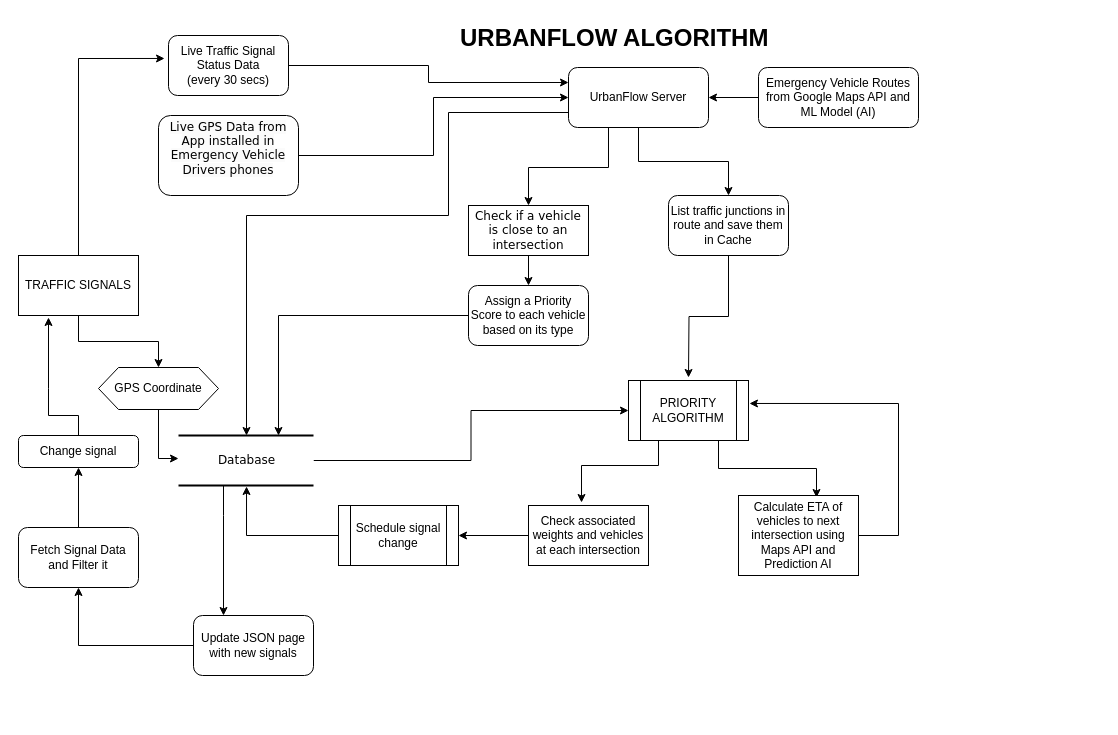
Earlier version of the draw.io diagram Flowchart.drawio (PaulStudios/UrbanFlow). Source tidied: cells renumbered, new cells numbered last; positions are measured from the earlier drawing's top-left corner, leaving out a move shared by most shapes. Both pictures are drawn from the tidied source at 100%, with x=0, y=0 at pixel (18, 17).
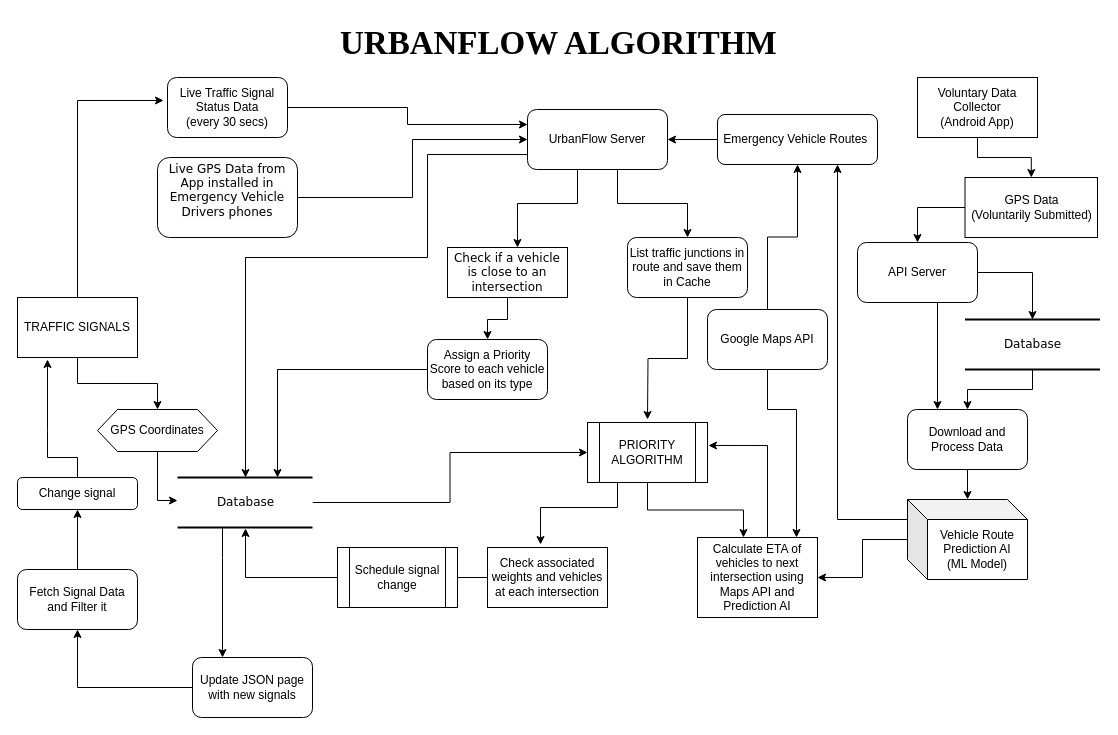
The same page after the edit.

Commit message:
Add Machine Learning Model and Google Maps API

The edit, as a diff of the source:
```diff
@@
     <mxCell id="2" style="edgeStyle=orthogonalEdgeStyle;rounded=0;jettySize=auto;html=1;" parent="1" edge="1" source="3" target="17">
-      <mxGeometry relative="1" as="geometry" />
+      <mxGeometry relative="1" as="geometry">
+        <Array as="points">
+          <mxPoint x="489" y="302" />
+          <mxPoint x="469" y="302" />
+        </Array>
+      </mxGeometry>
     </mxCell>
     <mxCell id="3" value="Check if a vehicle is close to an intersection" style="whiteSpace=wrap;html=1;rounded=0;shadow=0;comic=0;labelBackgroundColor=none;strokeWidth=1;fontFamily=Verdana;fontSize=12;align=center;" parent="1" vertex="1">
-      <mxGeometry x="450" y="188" width="120" height="50" as="geometry" />
+      <mxGeometry x="429" y="230" width="120" height="50" as="geometry" />
     </mxCell>
     <mxCell id="4" style="edgeStyle=orthogonalEdgeStyle;rounded=0;jettySize=auto;html=1;exitX=0;exitY=0.75;exitDx=0;exitDy=0;" parent="1" edge="1" source="7" target="20">
       <mxGeometry relative="1" as="geometry">
         <Array as="points">
-          <mxPoint x="430" y="95" />
-          <mxPoint x="430" y="198" />
-          <mxPoint x="228" y="198" />
+          <mxPoint x="409" y="137" />
+          <mxPoint x="409" y="240" />
+          <mxPoint x="227" y="240" />
         </Array>
       </mxGeometry>
     </mxCell>
+    <mxCell id="6" style="edgeStyle=orthogonalEdgeStyle;rounded=0;jettySize=auto;html=1;" parent="1" edge="1" source="7" target="13">
+      <mxGeometry relative="1" as="geometry">
+        <Array as="points">
+          <mxPoint x="599" y="186" />
+          <mxPoint x="669" y="186" />
+        </Array>
+      </mxGeometry>
+    </mxCell>
-    <mxCell id="5" style="edgeStyle=orthogonalEdgeStyle;rounded=0;jettySize=auto;html=1;entryX=0.5;entryY=0;entryDx=0;entryDy=0;" parent="1" edge="1" source="7" target="3">
+    <mxCell id="5" style="edgeStyle=orthogonalEdgeStyle;rounded=0;jettySize=auto;html=1;entryX=0.583;entryY=0;entryDx=0;entryDy=0;entryPerimeter=0;" parent="1" edge="1" source="7" target="3">
       <mxGeometry relative="1" as="geometry">
         <Array as="points">
-          <mxPoint x="590" y="150" />
-          <mxPoint x="510" y="150" />
+          <mxPoint x="559" y="186" />
+          <mxPoint x="499" y="186" />
         </Array>
       </mxGeometry>
     </mxCell>
-    <mxCell id="6" style="edgeStyle=orthogonalEdgeStyle;rounded=0;jettySize=auto;html=1;" parent="1" edge="1" source="7" target="13">
-      <mxGeometry relative="1" as="geometry" />
-    </mxCell>
     <mxCell id="7" value="UrbanFlow Server" style="rounded=1;whiteSpace=wrap;html=1;" parent="1" vertex="1">
-      <mxGeometry x="550" y="50" width="140" height="60" as="geometry" />
+      <mxGeometry x="509" y="92" width="140" height="60" as="geometry" />
     </mxCell>
@@
     <mxCell id="9" value="Live Traffic Signal Status Data&lt;br&gt;(every 30 secs)" style="rounded=1;whiteSpace=wrap;html=1;" parent="1" vertex="1">
-      <mxGeometry x="150" y="18" width="120" height="60" as="geometry" />
+      <mxGeometry x="149" y="60" width="120" height="60" as="geometry" />
     </mxCell>
@@
-    <mxCell id="11" value="Emergency Vehicle Routes from Google Maps API and ML Model (AI)" style="rounded=1;whiteSpace=wrap;html=1;" parent="1" vertex="1">
-      <mxGeometry x="740" y="50" width="160" height="60" as="geometry" />
+    <mxCell id="11" value="Emergency Vehicle Routes&amp;nbsp;" style="rounded=1;whiteSpace=wrap;html=1;" parent="1" vertex="1">
+      <mxGeometry x="699" y="97" width="160" height="50" as="geometry" />
     </mxCell>
     <mxCell id="12" style="edgeStyle=orthogonalEdgeStyle;rounded=0;jettySize=auto;html=1;" parent="1" edge="1" source="13">
       <mxGeometry relative="1" as="geometry">
-        <mxPoint x="670" y="360" as="targetPoint" />
+        <mxPoint x="629" y="402" as="targetPoint" />
       </mxGeometry>
     </mxCell>
     <mxCell id="13" value="List traffic junctions in route and save them in Cache" style="rounded=1;whiteSpace=wrap;html=1;" parent="1" vertex="1">
-      <mxGeometry x="650" y="178" width="120" height="60" as="geometry" />
+      <mxGeometry x="609" y="220" width="120" height="60" as="geometry" />
     </mxCell>
@@
     <mxCell id="15" value="&#10;&lt;span style=&quot;color: rgb(0, 0, 0); font-family: Verdana; font-size: 12px; font-style: normal; font-variant-ligatures: normal; font-variant-caps: normal; font-weight: 400; letter-spacing: normal; orphans: 2; text-align: center; text-indent: 0px; text-transform: none; widows: 2; word-spacing: 0px; -webkit-text-stroke-width: 0px; white-space: normal; background-color: rgb(251, 251, 251); text-decoration-thickness: initial; text-decoration-style: initial; text-decoration-color: initial; display: inline !important; float: none;&quot;&gt;Live GPS Data from App installed in Emergency Vehicle Drivers phones&lt;/span&gt;&#10;&#10;" style="rounded=1;whiteSpace=wrap;html=1;" parent="1" vertex="1">
-      <mxGeometry x="140" y="98" width="140" height="80" as="geometry" />
+      <mxGeometry x="139" y="140" width="140" height="80" as="geometry" />
     </mxCell>
-    <mxCell id="16" style="edgeStyle=orthogonalEdgeStyle;rounded=0;jettySize=auto;html=1;" parent="1" edge="1" source="17" target="20">
+    <mxCell id="16" style="edgeStyle=orthogonalEdgeStyle;rounded=0;jettySize=auto;html=1;exitX=0;exitY=0.5;exitDx=0;exitDy=0;" parent="1" edge="1" source="17" target="20">
       <mxGeometry relative="1" as="geometry">
         <Array as="points">
-          <mxPoint x="260" y="298" />
+          <mxPoint x="259" y="352" />
         </Array>
       </mxGeometry>
     </mxCell>
     <mxCell id="17" value="Assign a Priority Score to each vehicle based on its type" style="rounded=1;whiteSpace=wrap;html=1;" parent="1" vertex="1">
-      <mxGeometry x="450" y="268" width="120" height="60" as="geometry" />
+      <mxGeometry x="409" y="322" width="120" height="60" as="geometry" />
     </mxCell>
@@
     <mxCell id="19" style="edgeStyle=orthogonalEdgeStyle;rounded=0;jettySize=auto;html=1;entryX=0.25;entryY=0;entryDx=0;entryDy=0;" parent="1" edge="1" source="20" target="32">
       <mxGeometry relative="1" as="geometry">
         <Array as="points">
-          <mxPoint x="205" y="498" />
-          <mxPoint x="205" y="498" />
+          <mxPoint x="204" y="540" />
+          <mxPoint x="204" y="540" />
         </Array>
       </mxGeometry>
     </mxCell>
     <mxCell id="20" value="Database" style="html=1;rounded=0;shadow=0;comic=0;labelBackgroundColor=none;strokeWidth=2;fontFamily=Verdana;fontSize=12;align=center;shape=mxgraph.ios7ui.horLines;" parent="1" vertex="1">
-      <mxGeometry x="160" y="418" width="135" height="50" as="geometry" />
+      <mxGeometry x="159" y="460" width="135" height="50" as="geometry" />
     </mxCell>
+    <mxCell id="22" style="edgeStyle=orthogonalEdgeStyle;rounded=0;jettySize=auto;html=1;entryX=0.442;entryY=-0.05;entryDx=0;entryDy=0;entryPerimeter=0;" parent="1" edge="1" source="23" target="25">
+      <mxGeometry relative="1" as="geometry">
+        <Array as="points">
+          <mxPoint x="599" y="490" />
+          <mxPoint x="522" y="490" />
+        </Array>
+      </mxGeometry>
+    </mxCell>
-    <mxCell id="21" style="edgeStyle=orthogonalEdgeStyle;rounded=0;jettySize=auto;html=1;entryX=0.65;entryY=0.025;entryDx=0;entryDy=0;entryPerimeter=0;" parent="1" edge="1" source="23" target="27">
-      <mxGeometry relative="1" as="geometry">
-        <Array as="points">
-          <mxPoint x="700" y="451" />
-          <mxPoint x="798" y="451" />
-        </Array>
-      </mxGeometry>
+    <mxCell id="21" style="edgeStyle=orthogonalEdgeStyle;rounded=0;jettySize=auto;html=1;entryX=0.383;entryY=0;entryDx=0;entryDy=0;entryPerimeter=0;" parent="1" edge="1" source="23" target="27">
+      <mxGeometry relative="1" as="geometry" />
     </mxCell>
-    <mxCell id="22" style="edgeStyle=orthogonalEdgeStyle;rounded=0;jettySize=auto;html=1;entryX=0.442;entryY=-0.05;entryDx=0;entryDy=0;entryPerimeter=0;" parent="1" edge="1" source="23" target="25">
-      <mxGeometry relative="1" as="geometry">
-        <Array as="points">
-          <mxPoint x="640" y="448" />
-          <mxPoint x="563" y="448" />
-        </Array>
-      </mxGeometry>
-    </mxCell>
     <mxCell id="23" value="PRIORITY ALGORITHM" style="shape=process;whiteSpace=wrap;html=1;backgroundOutline=1;" parent="1" vertex="1">
-      <mxGeometry x="610" y="363" width="120" height="60" as="geometry" />
+      <mxGeometry x="569" y="405" width="120" height="60" as="geometry" />
     </mxCell>
-    <mxCell id="24" style="edgeStyle=orthogonalEdgeStyle;rounded=0;jettySize=auto;html=1;" parent="1" edge="1" source="25" target="29">
-      <mxGeometry relative="1" as="geometry" />
+    <mxCell id="24" style="edgeStyle=orthogonalEdgeStyle;rounded=0;jettySize=auto;html=1;" parent="1" edge="1" source="25">
+      <mxGeometry relative="1" as="geometry">
+        <mxPoint x="399" y="560" as="targetPoint" />
+      </mxGeometry>
     </mxCell>
     <mxCell id="25" value="Check associated weights and vehicles at each intersection" style="rounded=0;whiteSpace=wrap;html=1;" parent="1" vertex="1">
-      <mxGeometry x="510" y="488" width="120" height="60" as="geometry" />
+      <mxGeometry x="469" y="530" width="120" height="60" as="geometry" />
     </mxCell>
     <mxCell id="26" style="edgeStyle=orthogonalEdgeStyle;rounded=0;jettySize=auto;html=1;entryX=1.008;entryY=0.383;entryDx=0;entryDy=0;entryPerimeter=0;" parent="1" edge="1" source="27" target="23">
       <mxGeometry relative="1" as="geometry">
         <Array as="points">
-          <mxPoint x="880" y="518" />
-          <mxPoint x="880" y="386" />
+          <mxPoint x="749" y="428" />
         </Array>
       </mxGeometry>
     </mxCell>
     <mxCell id="27" value="Calculate ETA of vehicles to next intersection using Maps API and Prediction AI" style="rounded=0;whiteSpace=wrap;html=1;" parent="1" vertex="1">
-      <mxGeometry x="720" y="478" width="120" height="80" as="geometry" />
+      <mxGeometry x="679" y="520" width="120" height="80" as="geometry" />
     </mxCell>
@@
     <mxCell id="29" value="Schedule signal change" style="shape=process;whiteSpace=wrap;html=1;backgroundOutline=1;" parent="1" vertex="1">
-      <mxGeometry x="320" y="488" width="120" height="60" as="geometry" />
+      <mxGeometry x="319" y="530" width="120" height="60" as="geometry" />
     </mxCell>
-    <mxCell id="30" value="&lt;h1 style=&quot;margin-top: 0px;&quot;&gt;URBANFLOW ALGORITHM&lt;/h1&gt;" style="text;html=1;whiteSpace=wrap;overflow=hidden;rounded=0;" parent="1" vertex="1">
-      <mxGeometry x="440" width="320" height="40" as="geometry" />
+    <mxCell id="30" value="&lt;h1 style=&quot;margin-top: 0px;&quot;&gt;&lt;font face=&quot;Times New Roman&quot; style=&quot;font-size: 33px;&quot;&gt;URBANFLOW ALGORITHM&lt;/font&gt;&lt;/h1&gt;" style="text;html=1;whiteSpace=wrap;overflow=hidden;rounded=0;" parent="1" vertex="1">
+      <mxGeometry x="320" width="440" height="50" as="geometry" />
     </mxCell>
@@
     <mxCell id="32" value="Update JSON page with new signals" style="rounded=1;whiteSpace=wrap;html=1;" parent="1" vertex="1">
-      <mxGeometry x="175" y="598" width="120" height="60" as="geometry" />
+      <mxGeometry x="174" y="640" width="120" height="60" as="geometry" />
     </mxCell>
     <mxCell id="33" style="edgeStyle=orthogonalEdgeStyle;rounded=0;jettySize=auto;html=1;entryX=-0.033;entryY=0.383;entryDx=0;entryDy=0;entryPerimeter=0;" parent="1" edge="1" source="35" target="9">
       <mxGeometry relative="1" as="geometry">
         <Array as="points">
-          <mxPoint x="60" y="41" />
+          <mxPoint x="59" y="83" />
         </Array>
       </mxGeometry>
     </mxCell>
@@
     <mxCell id="35" value="TRAFFIC SIGNALS" style="rounded=0;whiteSpace=wrap;html=1;" parent="1" vertex="1">
-      <mxGeometry y="238" width="120" height="60" as="geometry" />
+      <mxGeometry x="-1" y="280" width="120" height="60" as="geometry" />
     </mxCell>
     <mxCell id="36" style="edgeStyle=orthogonalEdgeStyle;rounded=0;jettySize=auto;html=1;entryX=0;entryY=0.46;entryDx=0;entryDy=0;entryPerimeter=0;" parent="1" edge="1" source="37" target="20">
       <mxGeometry relative="1" as="geometry">
         <Array as="points">
-          <mxPoint x="140" y="441" />
+          <mxPoint x="139" y="483" />
         </Array>
       </mxGeometry>
     </mxCell>
-    <mxCell id="37" value="GPS Coordinate" style="shape=hexagon;perimeter=hexagonPerimeter2;whiteSpace=wrap;html=1;fixedSize=1;" parent="1" vertex="1">
-      <mxGeometry x="80" y="350" width="120" height="42" as="geometry" />
+    <mxCell id="37" value="GPS Coordinates" style="shape=hexagon;perimeter=hexagonPerimeter2;whiteSpace=wrap;html=1;fixedSize=1;" parent="1" vertex="1">
+      <mxGeometry x="79" y="392" width="120" height="42" as="geometry" />
     </mxCell>
@@
     <mxCell id="39" value="Fetch Signal Data and Filter it" style="rounded=1;whiteSpace=wrap;html=1;" parent="1" vertex="1">
-      <mxGeometry y="510" width="120" height="60" as="geometry" />
+      <mxGeometry x="-1" y="552" width="120" height="60" as="geometry" />
     </mxCell>
     <mxCell id="40" style="edgeStyle=orthogonalEdgeStyle;rounded=0;jettySize=auto;html=1;" parent="1" edge="1" source="41">
       <mxGeometry relative="1" as="geometry">
-        <mxPoint x="30" y="300" as="targetPoint" />
+        <mxPoint x="29" y="342" as="targetPoint" />
         <Array as="points">
-          <mxPoint x="60" y="398" />
-          <mxPoint x="30" y="398" />
-          <mxPoint x="30" y="371" />
+          <mxPoint x="59" y="440" />
+          <mxPoint x="29" y="440" />
+          <mxPoint x="29" y="413" />
         </Array>
       </mxGeometry>
     </mxCell>
     <mxCell id="41" value="Change signal" style="rounded=1;whiteSpace=wrap;html=1;" parent="1" vertex="1">
-      <mxGeometry y="418" width="120" height="32" as="geometry" />
+      <mxGeometry x="-1" y="460" width="120" height="32" as="geometry" />
     </mxCell>
+    <mxCell id="42" style="edgeStyle=orthogonalEdgeStyle;rounded=0;jettySize=auto;html=1;entryX=0.825;entryY=0;entryDx=0;entryDy=0;entryPerimeter=0;" parent="1" edge="1" source="44" target="27">
+      <mxGeometry relative="1" as="geometry">
+        <Array as="points">
+          <mxPoint x="749" y="392" />
+          <mxPoint x="778" y="392" />
+        </Array>
+      </mxGeometry>
+    </mxCell>
+    <mxCell id="43" style="edgeStyle=orthogonalEdgeStyle;rounded=0;jettySize=auto;html=1;" parent="1" edge="1" source="44" target="11">
+      <mxGeometry relative="1" as="geometry" />
+    </mxCell>
+    <mxCell id="44" value="Google Maps API" style="rounded=1;whiteSpace=wrap;html=1;" parent="1" vertex="1">
+      <mxGeometry x="689" y="292" width="120" height="60" as="geometry" />
+    </mxCell>
+    <mxCell id="45" style="edgeStyle=orthogonalEdgeStyle;rounded=0;jettySize=auto;html=1;" parent="1" edge="1" source="46" target="55">
+      <mxGeometry relative="1" as="geometry" />
+    </mxCell>
+    <mxCell id="46" value="Voluntary Data Collector&lt;br&gt;(Android App)" style="rounded=0;whiteSpace=wrap;html=1;" parent="1" vertex="1">
+      <mxGeometry x="899" y="60" width="120" height="60" as="geometry" />
+    </mxCell>
+    <mxCell id="47" style="edgeStyle=orthogonalEdgeStyle;rounded=0;jettySize=auto;html=1;entryX=0.25;entryY=0;entryDx=0;entryDy=0;" parent="1" edge="1" source="49" target="53">
+      <mxGeometry relative="1" as="geometry">
+        <Array as="points">
+          <mxPoint x="919" y="272" />
+          <mxPoint x="919" y="272" />
+        </Array>
+      </mxGeometry>
+    </mxCell>
+    <mxCell id="48" style="edgeStyle=orthogonalEdgeStyle;rounded=0;jettySize=auto;html=1;exitX=1;exitY=0.5;exitDx=0;exitDy=0;" parent="1" edge="1" source="49" target="51">
+      <mxGeometry relative="1" as="geometry" />
+    </mxCell>
+    <mxCell id="49" value="API Server" style="rounded=1;whiteSpace=wrap;html=1;" parent="1" vertex="1">
+      <mxGeometry x="839" y="225" width="120" height="60" as="geometry" />
+    </mxCell>
+    <mxCell id="50" style="edgeStyle=orthogonalEdgeStyle;rounded=0;jettySize=auto;html=1;" parent="1" edge="1" source="51" target="53">
+      <mxGeometry relative="1" as="geometry" />
+    </mxCell>
+    <mxCell id="51" value="Database" style="html=1;rounded=0;shadow=0;comic=0;labelBackgroundColor=none;strokeWidth=2;fontFamily=Verdana;fontSize=12;align=center;shape=mxgraph.ios7ui.horLines;" parent="1" vertex="1">
+      <mxGeometry x="946.5" y="302" width="135" height="50" as="geometry" />
+    </mxCell>
+    <mxCell id="52" style="edgeStyle=orthogonalEdgeStyle;rounded=0;jettySize=auto;html=1;" parent="1" edge="1" source="53" target="58">
+      <mxGeometry relative="1" as="geometry" />
+    </mxCell>
+    <mxCell id="53" value="Download and Process Data" style="rounded=1;whiteSpace=wrap;html=1;" parent="1" vertex="1">
+      <mxGeometry x="889" y="392" width="120" height="60" as="geometry" />
+    </mxCell>
+    <mxCell id="54" style="edgeStyle=orthogonalEdgeStyle;rounded=0;jettySize=auto;html=1;exitX=0;exitY=0.5;exitDx=0;exitDy=0;" parent="1" edge="1" source="55" target="49">
+      <mxGeometry relative="1" as="geometry" />
+    </mxCell>
+    <mxCell id="55" value="GPS Data&lt;br&gt;(Voluntarily Submitted)" style="rounded=0;whiteSpace=wrap;html=1;" parent="1" vertex="1">
+      <mxGeometry x="946.5" y="160" width="132.5" height="60" as="geometry" />
+    </mxCell>
+    <mxCell id="56" style="edgeStyle=orthogonalEdgeStyle;rounded=0;jettySize=auto;html=1;entryX=0.75;entryY=1;entryDx=0;entryDy=0;" parent="1" edge="1" source="58" target="11">
+      <mxGeometry relative="1" as="geometry">
+        <Array as="points">
+          <mxPoint x="819" y="502" />
+        </Array>
+      </mxGeometry>
+    </mxCell>
+    <mxCell id="57" style="edgeStyle=orthogonalEdgeStyle;rounded=0;jettySize=auto;html=1;" parent="1" edge="1" source="58" target="27">
+      <mxGeometry relative="1" as="geometry" />
+    </mxCell>
+    <mxCell id="58" value="Vehicle Route Prediction AI&lt;br&gt;(ML Model)" style="shape=cube;whiteSpace=wrap;html=1;boundedLbl=1;backgroundOutline=1;darkOpacity=0.05;darkOpacity2=0.1;" parent="1" vertex="1">
+      <mxGeometry x="889" y="482" width="120" height="80" as="geometry" />
+    </mxCell>
```
